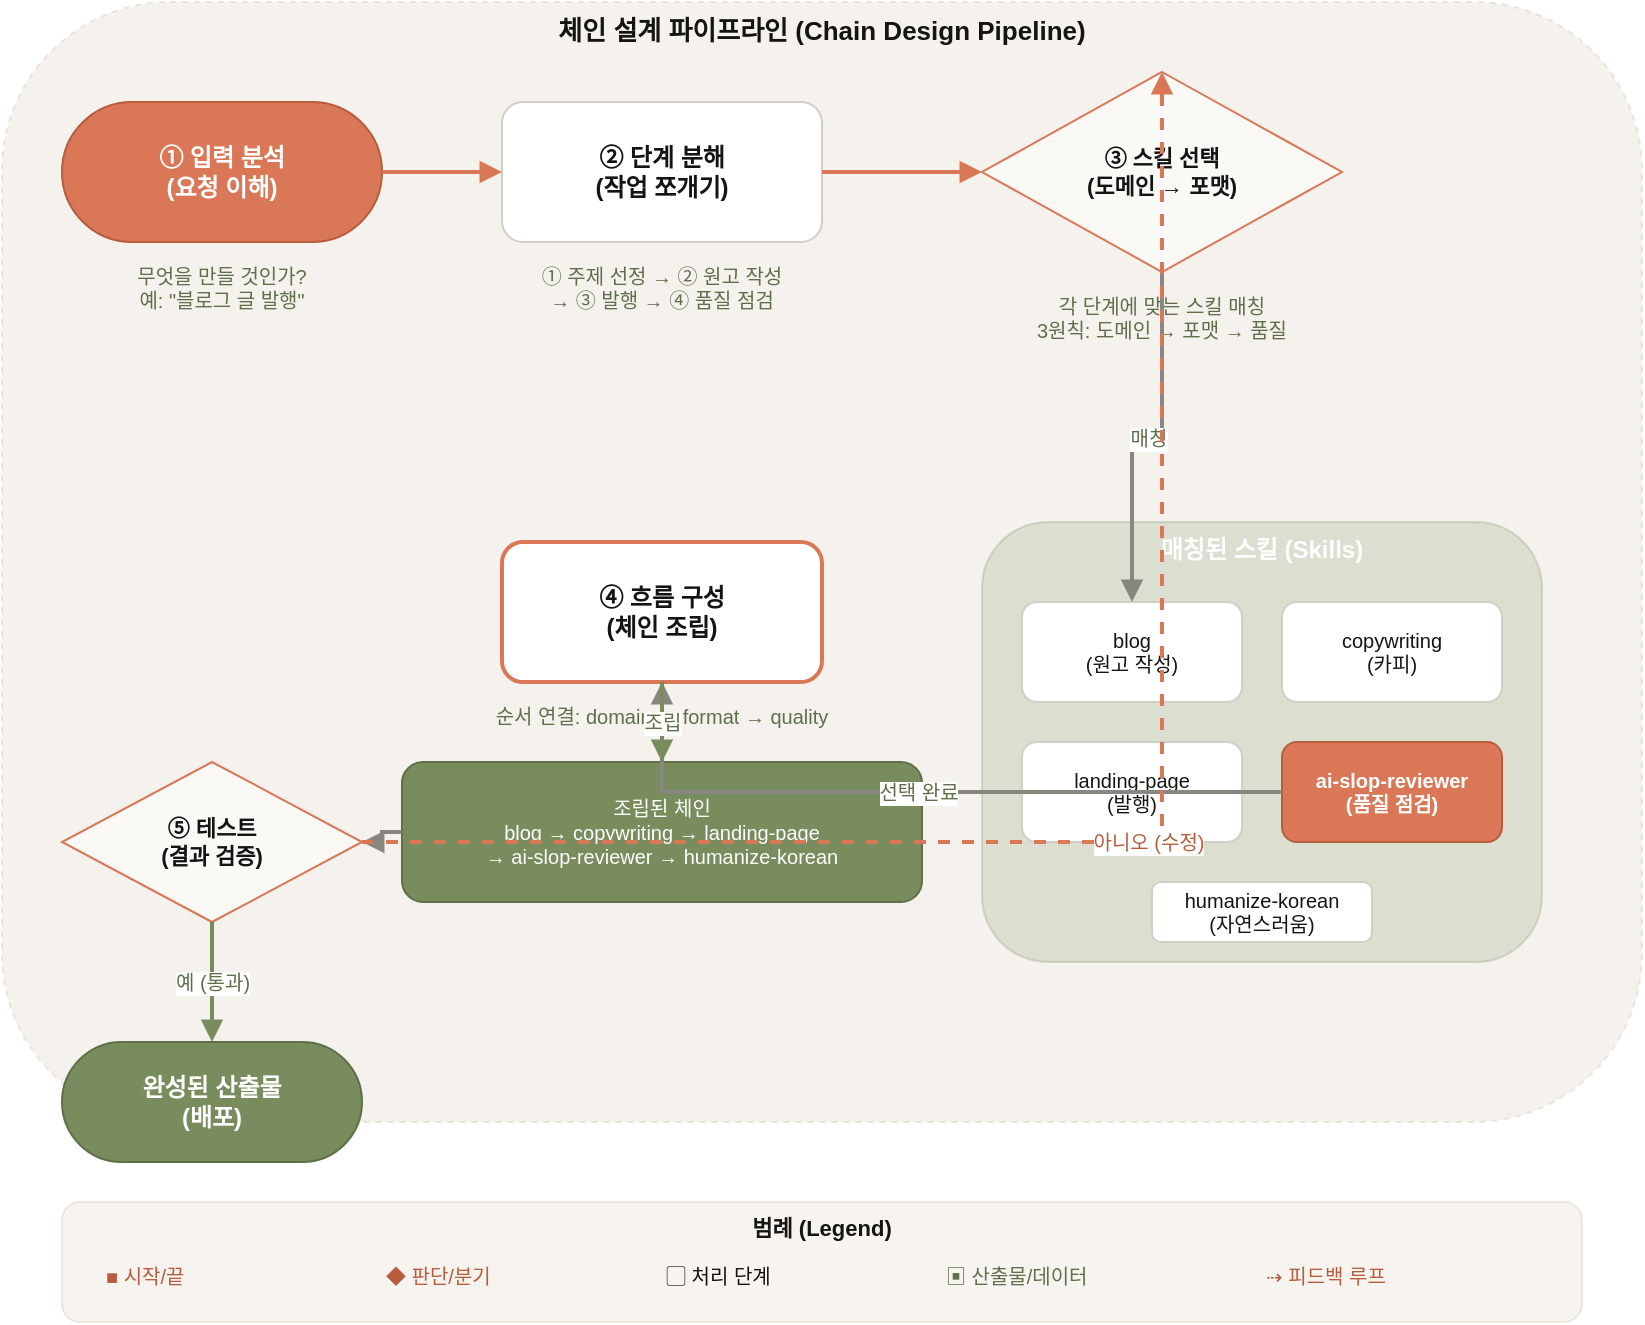
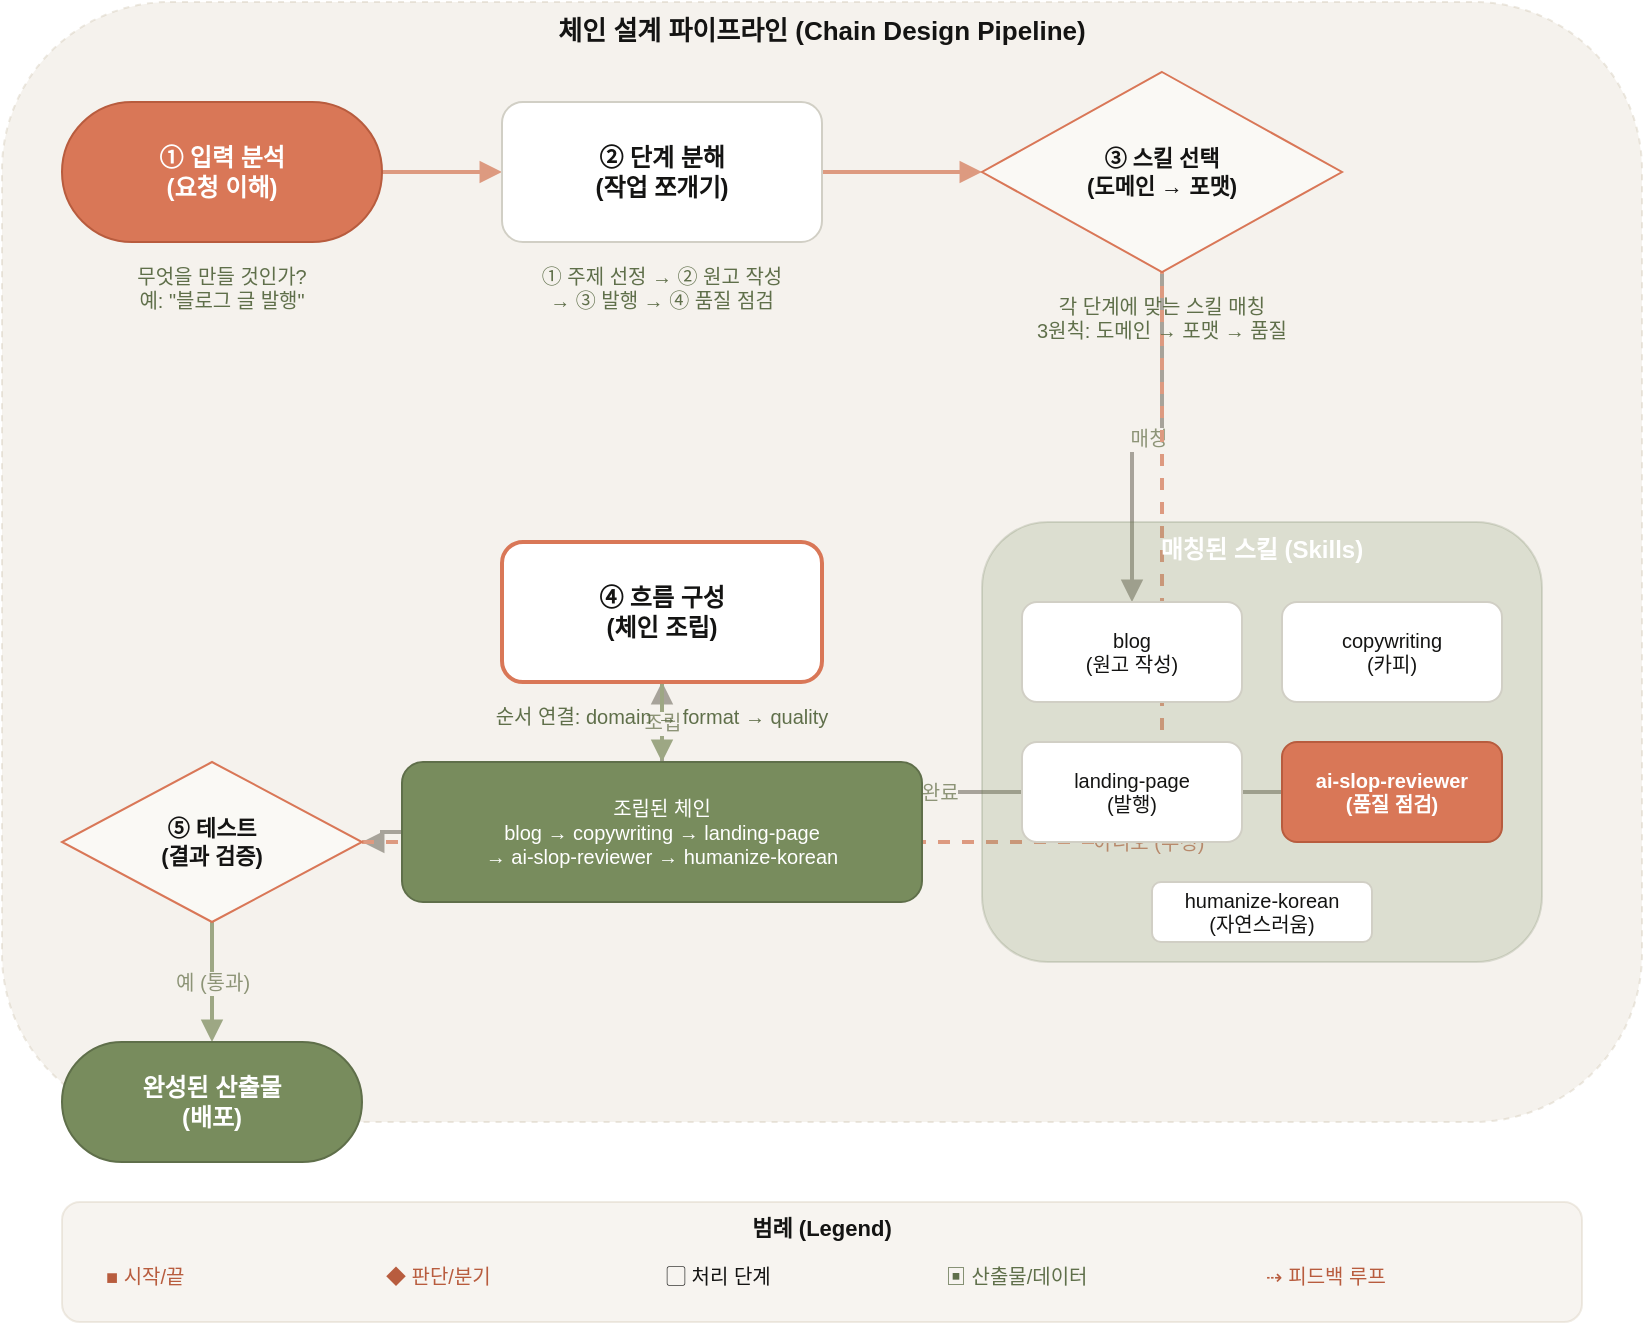
+ <?xml version='1.0' encoding='UTF-8'?>
<mxfile host="app.diagrams.net" type="device">
  <diagram name="체인 설계 프로세스" id="chain-design-1">
    <mxGraphModel dx="900" dy="640" grid="1" gridSize="10" guides="1" tooltips="1" connect="1" arrows="1" fold="1" page="1" pageScale="1" pageWidth="900" pageHeight="760" math="0" shadow="0">
      <root>
-         <mxCell id="0" />
-         <mxCell id="1" parent="0" />
+         <mxCell id="0"/>
+         <mxCell id="1" parent="0"/>

        <!-- ============ 그룹 컨테이너: 전체 체인 설계 파이프라인 ============ -->
-         <mxCell id="grp_pipeline" value="체인 설계 파이프라인 (Chain Design Pipeline)" vertex="1" parent="1" style="rounded=1;whiteSpace=wrap;html=1;fillColor=#E3DACC;strokeColor=#C9BCA6;verticalAlign=top;fontStyle=1;fontSize=13;fontColor=#141413;dashed=1;opacity=35;">
-           <mxGeometry x="40" y="40" width="820" height="560" as="geometry" />
-         </mxCell>
- 
        <!-- ============ STEP 1: 입력 분석 (시작 - 스타디움, 강조색) ============ -->
-         <mxCell id="s1" value="① 입력 분석&#10;(요청 이해)" vertex="1" parent="1" style="rounded=1;whiteSpace=wrap;html=1;arcSize=50;fillColor=#D97757;strokeColor=#B85C3E;fontColor=#FFFFFF;fontStyle=1;fontSize=12;fontFamily=Helvetica;">
-           <mxGeometry x="70" y="90" width="160" height="70" as="geometry" />
-         </mxCell>
-         <mxCell id="s1_desc" value="무엇을 만들 것인가?&#10;예: &quot;블로그 글 발행&quot;" vertex="1" parent="1" style="text;align=center;whiteSpace=wrap;html=1;fontColor=#5F6F4A;fontSize=10;fontFamily=Helvetica;">
-           <mxGeometry x="70" y="165" width="160" height="40" as="geometry" />
-         </mxCell>
- 
        <!-- ============ STEP 2: 단계 분해 (처리, 기본색) ============ -->
-         <mxCell id="s2" value="② 단계 분해&#10;(작업 쪼개기)" vertex="1" parent="1" style="rounded=1;whiteSpace=wrap;html=1;fillColor=#FFFFFF;strokeColor=#D1CFC5;fontColor=#141413;fontStyle=1;fontSize=12;fontFamily=Helvetica;">
-           <mxGeometry x="290" y="90" width="160" height="70" as="geometry" />
-         </mxCell>
-         <mxCell id="s2_desc" value="① 주제 선정 → ② 원고 작성&#10;→ ③ 발행 → ④ 품질 점검" vertex="1" parent="1" style="text;align=center;whiteSpace=wrap;html=1;fontColor=#5F6F4A;fontSize=10;fontFamily=Helvetica;">
-           <mxGeometry x="280" y="165" width="180" height="40" as="geometry" />
-         </mxCell>
- 
        <!-- ============ STEP 3: 스킬 선택 (판단 다이아몬드) ============ -->
-         <mxCell id="s3" value="③ 스킬 선택&#10;(도메인 → 포맷)" vertex="1" parent="1" style="rhombus;whiteSpace=wrap;html=1;fillColor=#FAF9F5;strokeColor=#D97757;fontColor=#141413;fontStyle=1;fontSize=11;fontFamily=Helvetica;">
-           <mxGeometry x="530" y="75" width="180" height="100" as="geometry" />
-         </mxCell>
-         <mxCell id="s3_desc" value="각 단계에 맞는 스킬 매칭&#10;3원칙: 도메인 → 포맷 → 품질" vertex="1" parent="1" style="text;align=center;whiteSpace=wrap;html=1;fontColor=#5F6F4A;fontSize=10;fontFamily=Helvetica;">
-           <mxGeometry x="510" y="180" width="220" height="30" as="geometry" />
-         </mxCell>
- 
        <!-- ============ 스킬 선택 → 매칭된 스킬 그룹 (분기 라벨) ============ -->
-         <mxCell id="grp_skills" value="매칭된 스킬 (Skills)" vertex="1" parent="1" style="rounded=1;whiteSpace=wrap;html=1;fillColor=#788C5D;strokeColor=#5F6F4A;verticalAlign=top;fontStyle=1;fontSize=12;fontColor=#FFFFFF;opacity=20;">
-           <mxGeometry x="530" y="300" width="280" height="220" as="geometry" />
-         </mxCell>
        <mxCell id="sk1" value="blog&#10;(원고 작성)" vertex="1" parent="grp_skills" style="rounded=1;whiteSpace=wrap;html=1;fillColor=#FFFFFF;strokeColor=#D1CFC5;fontColor=#141413;fontSize=10;fontFamily=Helvetica;">
-           <mxGeometry x="20" y="40" width="110" height="50" as="geometry" />
+           <mxGeometry x="20" y="40" width="110" height="50" as="geometry"/>
        </mxCell>
        <mxCell id="sk2" value="copywriting&#10;(카피)" vertex="1" parent="grp_skills" style="rounded=1;whiteSpace=wrap;html=1;fillColor=#FFFFFF;strokeColor=#D1CFC5;fontColor=#141413;fontSize=10;fontFamily=Helvetica;">
-           <mxGeometry x="150" y="40" width="110" height="50" as="geometry" />
+           <mxGeometry x="150" y="40" width="110" height="50" as="geometry"/>
        </mxCell>
        <mxCell id="sk3" value="landing-page&#10;(발행)" vertex="1" parent="grp_skills" style="rounded=1;whiteSpace=wrap;html=1;fillColor=#FFFFFF;strokeColor=#D1CFC5;fontColor=#141413;fontSize=10;fontFamily=Helvetica;">
-           <mxGeometry x="20" y="110" width="110" height="50" as="geometry" />
+           <mxGeometry x="20" y="110" width="110" height="50" as="geometry"/>
        </mxCell>
        <mxCell id="sk4" value="ai-slop-reviewer&#10;(품질 점검)" vertex="1" parent="grp_skills" style="rounded=1;whiteSpace=wrap;html=1;fillColor=#D97757;strokeColor=#B85C3E;fontColor=#FFFFFF;fontSize=10;fontStyle=1;fontFamily=Helvetica;">
-           <mxGeometry x="150" y="110" width="110" height="50" as="geometry" />
+           <mxGeometry x="150" y="110" width="110" height="50" as="geometry"/>
        </mxCell>
        <mxCell id="sk5" value="humanize-korean&#10;(자연스러움)" vertex="1" parent="grp_skills" style="rounded=1;whiteSpace=wrap;html=1;fillColor=#FFFFFF;strokeColor=#D1CFC5;fontColor=#141413;fontSize=10;fontFamily=Helvetica;">
-           <mxGeometry x="85" y="180" width="110" height="30" as="geometry" />
+           <mxGeometry x="85" y="180" width="110" height="30" as="geometry"/>
        </mxCell>

        <!-- ============ STEP 4: 흐름 구성 (처리, 강조 방향) ============ -->
-         <mxCell id="s4" value="④ 흐름 구성&#10;(체인 조립)" vertex="1" parent="1" style="rounded=1;whiteSpace=wrap;html=1;fillColor=#FFFFFF;strokeColor=#D97757;strokeWidth=2;fontColor=#141413;fontStyle=1;fontSize=12;fontFamily=Helvetica;">
-           <mxGeometry x="290" y="310" width="160" height="70" as="geometry" />
+         <!-- ============ 체인 조립 결과 (데이터/저장소 색 - 산출물) ============ -->
+         <!-- ============ STEP 5: 테스트 (판단 다이아몬드, 검증 루프) ============ -->
+         <!-- ============ 종료: 산출물 (스타디움, 데이터/저장소 색) ============ -->
+         <!-- ============ 엣지: 주 흐름 (강조색, 굵게) ============ -->
+         <!-- ============ 검증 루프: 테스트 → (아니오) 스킬 선택 되돌아감 ============ -->
+         <!-- ============ 테스트 통과 → 종료 ============ -->
+         <!-- ============ 범례 (외부 우측 하단) ============ -->
+         <mxCell id="lg1" value="■ 시작/끝" vertex="1" parent="grp_legend" style="text;align=left;whiteSpace=wrap;html=1;fontColor=#B85C3E;fontSize=10;fontFamily=Helvetica;">
+           <mxGeometry x="20" y="25" width="120" height="25" as="geometry"/>
        </mxCell>
-         <mxCell id="s4_desc" value="순서 연결: domain → format → quality" vertex="1" parent="1" style="text;align=center;whiteSpace=wrap;html=1;fontColor=#5F6F4A;fontSize=10;fontFamily=Helvetica;">
-           <mxGeometry x="270" y="385" width="200" height="25" as="geometry" />
+         <mxCell id="lg2" value="◆ 판단/분기" vertex="1" parent="grp_legend" style="text;align=left;whiteSpace=wrap;html=1;fontColor=#B85C3E;fontSize=10;fontFamily=Helvetica;">
+           <mxGeometry x="160" y="25" width="120" height="25" as="geometry"/>
+         </mxCell>
+         <mxCell id="lg3" value="▢ 처리 단계" vertex="1" parent="grp_legend" style="text;align=left;whiteSpace=wrap;html=1;fontColor=#141413;fontSize=10;fontFamily=Helvetica;">
+           <mxGeometry x="300" y="25" width="120" height="25" as="geometry"/>
+         </mxCell>
+         <mxCell id="lg4" value="▣ 산출물/데이터" vertex="1" parent="grp_legend" style="text;align=left;whiteSpace=wrap;html=1;fontColor=#5F6F4A;fontSize=10;fontFamily=Helvetica;">
+           <mxGeometry x="440" y="25" width="140" height="25" as="geometry"/>
+         </mxCell>
+         <mxCell id="lg5" value="⇢ 피드백 루프" vertex="1" parent="grp_legend" style="text;align=left;whiteSpace=wrap;html=1;fontColor=#B85C3E;fontSize=10;fontFamily=Helvetica;">
+           <mxGeometry x="600" y="25" width="140" height="25" as="geometry"/>
        </mxCell>

-         <!-- ============ 체인 조립 결과 (데이터/저장소 색 - 산출물) ============ -->
-         <mxCell id="chain_out" value="조립된 체인&#10;blog → copywriting → landing-page&#10;→ ai-slop-reviewer → humanize-korean" vertex="1" parent="1" style="rounded=1;whiteSpace=wrap;html=1;fillColor=#788C5D;strokeColor=#5F6F4A;fontColor=#FFFFFF;fontSize=10;fontFamily=Helvetica;align=center;">
-           <mxGeometry x="240" y="420" width="260" height="70" as="geometry" />
+       <mxCell id="e1" edge="1" parent="1" source="s1" target="s2" style="edgeStyle=orthogonalEdgeStyle;rounded=0;html=1;strokeColor=#D97757;strokeWidth=2;endArrow=block;fontColor=#B85C3E;">
+           <mxGeometry relative="1" as="geometry"/>
+         </mxCell>
+         <mxCell id="e2" edge="1" parent="1" source="s2" target="s3" style="edgeStyle=orthogonalEdgeStyle;rounded=0;html=1;strokeColor=#D97757;strokeWidth=2;endArrow=block;fontColor=#B85C3E;">
+           <mxGeometry relative="1" as="geometry"/>
+         </mxCell>
+         <mxCell id="e3" edge="1" parent="1" source="s3" target="sk1" value="매칭" style="edgeStyle=orthogonalEdgeStyle;rounded=0;html=1;strokeColor=#87867F;strokeWidth=2;endArrow=block;fontColor=#5F6F4A;fontSize=10;">
+           <mxGeometry relative="1" as="geometry"/>
+         </mxCell>
+         <mxCell id="e4" edge="1" parent="1" source="sk4" target="s4" value="선택 완료" style="edgeStyle=orthogonalEdgeStyle;rounded=0;html=1;strokeColor=#87867F;strokeWidth=2;endArrow=block;fontColor=#5F6F4A;fontSize=10;">
+           <mxGeometry relative="1" as="geometry"/>
+         </mxCell>
+         <mxCell id="e5" edge="1" parent="1" source="s4" target="chain_out" value="조립" style="edgeStyle=orthogonalEdgeStyle;rounded=0;html=1;strokeColor=#788C5D;strokeWidth=2;endArrow=block;fontColor=#5F6F4A;fontSize=10;">
+           <mxGeometry relative="1" as="geometry"/>
+         </mxCell>
+         <mxCell id="e6" edge="1" parent="1" source="chain_out" target="s5" style="edgeStyle=orthogonalEdgeStyle;rounded=0;html=1;strokeColor=#87867F;strokeWidth=2;endArrow=block;">
+           <mxGeometry relative="1" as="geometry"/>
        </mxCell>

-         <!-- ============ STEP 5: 테스트 (판단 다이아몬드, 검증 루프) ============ -->
-         <mxCell id="s5" value="⑤ 테스트&#10;(결과 검증)" vertex="1" parent="1" style="rhombus;whiteSpace=wrap;html=1;fillColor=#FAF9F5;strokeColor=#D97757;fontColor=#141413;fontStyle=1;fontSize=11;fontFamily=Helvetica;">
-           <mxGeometry x="70" y="420" width="150" height="80" as="geometry" />
-         </mxCell>
- 
-         <!-- ============ 종료: 산출물 (스타디움, 데이터/저장소 색) ============ -->
-         <mxCell id="s6" value="완성된 산출물&#10;(배포)" vertex="1" parent="1" style="rounded=1;whiteSpace=wrap;html=1;arcSize=50;fillColor=#788C5D;strokeColor=#5F6F4A;fontColor=#FFFFFF;fontStyle=1;fontSize=12;fontFamily=Helvetica;">
-           <mxGeometry x="70" y="560" width="150" height="60" as="geometry" />
-         </mxCell>
- 
-         <!-- ============ 엣지: 주 흐름 (강조색, 굵게) ============ -->
-         <mxCell id="e1" edge="1" parent="1" source="s1" target="s2" style="edgeStyle=orthogonalEdgeStyle;rounded=0;html=1;strokeColor=#D97757;strokeWidth=2;endArrow=block;fontColor=#B85C3E;">
-           <mxGeometry relative="1" as="geometry" />
-         </mxCell>
-         <mxCell id="e2" edge="1" parent="1" source="s2" target="s3" style="edgeStyle=orthogonalEdgeStyle;rounded=0;html=1;strokeColor=#D97757;strokeWidth=2;endArrow=block;fontColor=#B85C3E;">
-           <mxGeometry relative="1" as="geometry" />
-         </mxCell>
-         <mxCell id="e3" edge="1" parent="1" source="s3" target="sk1" value="매칭" style="edgeStyle=orthogonalEdgeStyle;rounded=0;html=1;strokeColor=#87867F;strokeWidth=2;endArrow=block;fontColor=#5F6F4A;fontSize=10;">
-           <mxGeometry relative="1" as="geometry" />
-         </mxCell>
-         <mxCell id="e4" edge="1" parent="1" source="sk4" target="s4" value="선택 완료" style="edgeStyle=orthogonalEdgeStyle;rounded=0;html=1;strokeColor=#87867F;strokeWidth=2;endArrow=block;fontColor=#5F6F4A;fontSize=10;">
-           <mxGeometry relative="1" as="geometry" />
-         </mxCell>
-         <mxCell id="e5" edge="1" parent="1" source="s4" target="chain_out" value="조립" style="edgeStyle=orthogonalEdgeStyle;rounded=0;html=1;strokeColor=#788C5D;strokeWidth=2;endArrow=block;fontColor=#5F6F4A;fontSize=10;">
-           <mxGeometry relative="1" as="geometry" />
-         </mxCell>
-         <mxCell id="e6" edge="1" parent="1" source="chain_out" target="s5" style="edgeStyle=orthogonalEdgeStyle;rounded=0;html=1;strokeColor=#87867F;strokeWidth=2;endArrow=block;">
-           <mxGeometry relative="1" as="geometry" />
-         </mxCell>
- 
-         <!-- ============ 검증 루프: 테스트 → (아니오) 스킬 선택 되돌아감 ============ -->
        <mxCell id="e_loop" edge="1" parent="1" source="s5" target="s3" value="아니오 (수정)" style="edgeStyle=orthogonalEdgeStyle;rounded=0;html=1;strokeColor=#D97757;dashed=1;strokeWidth=2;endArrow=block;fontColor=#B85C3E;fontSize=10;exitX=1;exitY=0.5;exitDx=0;exitDy=0;entryX=0.5;entryY=0;entryDx=0;entryDy=0;">
          <mxGeometry relative="1" as="geometry">
            <Array as="points">
-               <mxPoint x="620" y="460" />
-               <mxPoint x="620" y="220" />
+               <mxPoint x="620" y="460"/>
+               <mxPoint x="620" y="220"/>
            </Array>
          </mxGeometry>
        </mxCell>

-         <!-- ============ 테스트 통과 → 종료 ============ -->
        <mxCell id="e_pass" edge="1" parent="1" source="s5" target="s6" value="예 (통과)" style="edgeStyle=orthogonalEdgeStyle;rounded=0;html=1;strokeColor=#788C5D;strokeWidth=2;endArrow=block;fontColor=#5F6F4A;fontSize=10;">
-           <mxGeometry relative="1" as="geometry" />
+           <mxGeometry relative="1" as="geometry"/>
        </mxCell>

-         <!-- ============ 범례 (외부 우측 하단) ============ -->
-         <mxCell id="grp_legend" value="범례 (Legend)" vertex="1" parent="1" style="rounded=1;whiteSpace=wrap;html=1;fillColor=#E3DACC;strokeColor=#C9BCA6;verticalAlign=top;fontStyle=1;fontSize=11;fontColor=#141413;opacity=30;">
-           <mxGeometry x="70" y="640" width="760" height="60" as="geometry" />
-         </mxCell>
-         <mxCell id="lg1" value="■ 시작/끝" vertex="1" parent="grp_legend" style="text;align=left;whiteSpace=wrap;html=1;fontColor=#B85C3E;fontSize=10;fontFamily=Helvetica;">
-           <mxGeometry x="20" y="25" width="120" height="25" as="geometry" />
-         </mxCell>
-         <mxCell id="lg2" value="◆ 판단/분기" vertex="1" parent="grp_legend" style="text;align=left;whiteSpace=wrap;html=1;fontColor=#B85C3E;fontSize=10;fontFamily=Helvetica;">
-           <mxGeometry x="160" y="25" width="120" height="25" as="geometry" />
-         </mxCell>
-         <mxCell id="lg3" value="▢ 처리 단계" vertex="1" parent="grp_legend" style="text;align=left;whiteSpace=wrap;html=1;fontColor=#141413;fontSize=10;fontFamily=Helvetica;">
-           <mxGeometry x="300" y="25" width="120" height="25" as="geometry" />
-         </mxCell>
-         <mxCell id="lg4" value="▣ 산출물/데이터" vertex="1" parent="grp_legend" style="text;align=left;whiteSpace=wrap;html=1;fontColor=#5F6F4A;fontSize=10;fontFamily=Helvetica;">
-           <mxGeometry x="440" y="25" width="140" height="25" as="geometry" />
-         </mxCell>
-         <mxCell id="lg5" value="⇢ 피드백 루프" vertex="1" parent="grp_legend" style="text;align=left;whiteSpace=wrap;html=1;fontColor=#B85C3E;fontSize=10;fontFamily=Helvetica;">
-           <mxGeometry x="600" y="25" width="140" height="25" as="geometry" />
+         <mxCell id="grp_pipeline" value="체인 설계 파이프라인 (Chain Design Pipeline)" vertex="1" parent="1" style="rounded=1;whiteSpace=wrap;html=1;fillColor=#E3DACC;strokeColor=#C9BCA6;verticalAlign=top;fontStyle=1;fontSize=13;fontColor=#141413;dashed=1;opacity=35;">
+           <mxGeometry x="40" y="40" width="820" height="560" as="geometry"/>
        </mxCell>

-       </root>
+         <mxCell id="s1" value="① 입력 분석&#10;(요청 이해)" vertex="1" parent="1" style="rounded=1;whiteSpace=wrap;html=1;arcSize=50;fillColor=#D97757;strokeColor=#B85C3E;fontColor=#FFFFFF;fontStyle=1;fontSize=12;fontFamily=Helvetica;">
+           <mxGeometry x="70" y="90" width="160" height="70" as="geometry"/>
+         </mxCell>
+         <mxCell id="s1_desc" value="무엇을 만들 것인가?&#10;예: &quot;블로그 글 발행&quot;" vertex="1" parent="1" style="text;align=center;whiteSpace=wrap;html=1;fontColor=#5F6F4A;fontSize=10;fontFamily=Helvetica;">
+           <mxGeometry x="70" y="165" width="160" height="40" as="geometry"/>
+         </mxCell>
+ 
+         <mxCell id="s2" value="② 단계 분해&#10;(작업 쪼개기)" vertex="1" parent="1" style="rounded=1;whiteSpace=wrap;html=1;fillColor=#FFFFFF;strokeColor=#D1CFC5;fontColor=#141413;fontStyle=1;fontSize=12;fontFamily=Helvetica;">
+           <mxGeometry x="290" y="90" width="160" height="70" as="geometry"/>
+         </mxCell>
+         <mxCell id="s2_desc" value="① 주제 선정 → ② 원고 작성&#10;→ ③ 발행 → ④ 품질 점검" vertex="1" parent="1" style="text;align=center;whiteSpace=wrap;html=1;fontColor=#5F6F4A;fontSize=10;fontFamily=Helvetica;">
+           <mxGeometry x="280" y="165" width="180" height="40" as="geometry"/>
+         </mxCell>
+ 
+         <mxCell id="s3" value="③ 스킬 선택&#10;(도메인 → 포맷)" vertex="1" parent="1" style="rhombus;whiteSpace=wrap;html=1;fillColor=#FAF9F5;strokeColor=#D97757;fontColor=#141413;fontStyle=1;fontSize=11;fontFamily=Helvetica;">
+           <mxGeometry x="530" y="75" width="180" height="100" as="geometry"/>
+         </mxCell>
+         <mxCell id="s3_desc" value="각 단계에 맞는 스킬 매칭&#10;3원칙: 도메인 → 포맷 → 품질" vertex="1" parent="1" style="text;align=center;whiteSpace=wrap;html=1;fontColor=#5F6F4A;fontSize=10;fontFamily=Helvetica;">
+           <mxGeometry x="510" y="180" width="220" height="30" as="geometry"/>
+         </mxCell>
+ 
+         <mxCell id="grp_skills" value="매칭된 스킬 (Skills)" vertex="1" parent="1" style="rounded=1;whiteSpace=wrap;html=1;fillColor=#788C5D;strokeColor=#5F6F4A;verticalAlign=top;fontStyle=1;fontSize=12;fontColor=#FFFFFF;opacity=20;">
+           <mxGeometry x="530" y="300" width="280" height="220" as="geometry"/>
+         </mxCell>
+         <mxCell id="s4" value="④ 흐름 구성&#10;(체인 조립)" vertex="1" parent="1" style="rounded=1;whiteSpace=wrap;html=1;fillColor=#FFFFFF;strokeColor=#D97757;strokeWidth=2;fontColor=#141413;fontStyle=1;fontSize=12;fontFamily=Helvetica;">
+           <mxGeometry x="290" y="310" width="160" height="70" as="geometry"/>
+         </mxCell>
+         <mxCell id="s4_desc" value="순서 연결: domain → format → quality" vertex="1" parent="1" style="text;align=center;whiteSpace=wrap;html=1;fontColor=#5F6F4A;fontSize=10;fontFamily=Helvetica;">
+           <mxGeometry x="270" y="385" width="200" height="25" as="geometry"/>
+         </mxCell>
+ 
+         <mxCell id="chain_out" value="조립된 체인&#10;blog → copywriting → landing-page&#10;→ ai-slop-reviewer → humanize-korean" vertex="1" parent="1" style="rounded=1;whiteSpace=wrap;html=1;fillColor=#788C5D;strokeColor=#5F6F4A;fontColor=#FFFFFF;fontSize=10;fontFamily=Helvetica;align=center;">
+           <mxGeometry x="240" y="420" width="260" height="70" as="geometry"/>
+         </mxCell>
+ 
+         <mxCell id="s5" value="⑤ 테스트&#10;(결과 검증)" vertex="1" parent="1" style="rhombus;whiteSpace=wrap;html=1;fillColor=#FAF9F5;strokeColor=#D97757;fontColor=#141413;fontStyle=1;fontSize=11;fontFamily=Helvetica;">
+           <mxGeometry x="70" y="420" width="150" height="80" as="geometry"/>
+         </mxCell>
+ 
+         <mxCell id="s6" value="완성된 산출물&#10;(배포)" vertex="1" parent="1" style="rounded=1;whiteSpace=wrap;html=1;arcSize=50;fillColor=#788C5D;strokeColor=#5F6F4A;fontColor=#FFFFFF;fontStyle=1;fontSize=12;fontFamily=Helvetica;">
+           <mxGeometry x="70" y="560" width="150" height="60" as="geometry"/>
+         </mxCell>
+ 
+         <mxCell id="grp_legend" value="범례 (Legend)" vertex="1" parent="1" style="rounded=1;whiteSpace=wrap;html=1;fillColor=#E3DACC;strokeColor=#C9BCA6;verticalAlign=top;fontStyle=1;fontSize=11;fontColor=#141413;opacity=30;">
+           <mxGeometry x="70" y="640" width="760" height="60" as="geometry"/>
+         </mxCell>
+         </root>
    </mxGraphModel>
  </diagram>
- </mxfile>
+ </mxfile>